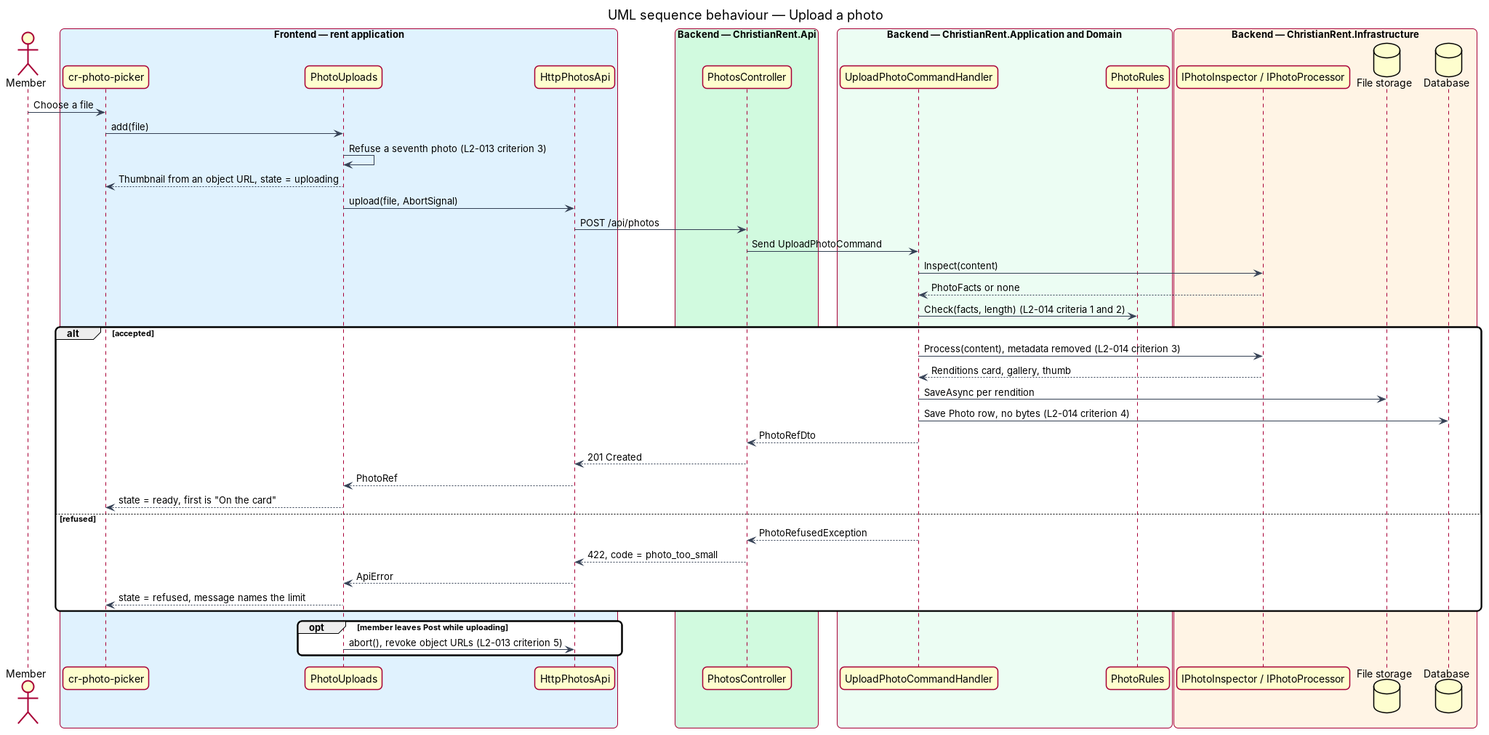
QuinntyneBrown/christian-rent keeps this PlantUML diagram as docs/detailed-designs/post/add-photos/diagrams/sequence-upload-photo.png. Above is the earlier version. Its source is kept beside it as docs/detailed-designs/post/add-photos/diagrams/sequence-upload-photo.puml. Its diagram source:
```plantuml
@startuml
title UML sequence behaviour — Upload a photo
skinparam backgroundColor #FFFFFF
skinparam shadowing false
skinparam roundcorner 12
skinparam defaultFontName Arial
skinparam ArrowColor #344054
skinparam rectangle {
  BorderColor #344054
  FontColor #101828
}
skinparam package {
  BorderColor #667085
  FontColor #101828
  BackgroundColor #F9FAFB
}
actor "Member" as actor
box "Frontend — rent application" #E0F2FE
  participant "cr-photo-picker" as picker
  participant "PhotoUploads" as uploads
  participant "HttpPhotosApi" as client
end box
box "Backend — ChristianRent.Api" #D1FADF
  participant "PhotosController" as ctrl
end box
box "Backend — ChristianRent.Application and Domain" #ECFDF3
  participant "UploadPhotoCommandHandler" as handler
  participant "PhotoRules" as rules
end box
box "Backend — ChristianRent.Infrastructure" #FFF4E5
  participant "IPhotoInspector / IPhotoProcessor" as insp
  database "File storage" as files
  database "Database" as db
end box
actor -> picker : Choose a file
picker -> uploads : add(file)
uploads -> uploads : Refuse a seventh photo (L2-013 criterion 3)
uploads --> picker : Thumbnail from an object URL, state = uploading
uploads -> client : upload(file, AbortSignal)
client -> ctrl : POST /api/photos
ctrl -> handler : Send UploadPhotoCommand
handler -> insp : Inspect(content)
insp --> handler : PhotoFacts or none
handler -> rules : Check(facts, length) (L2-014 criteria 1 and 2)
alt accepted
  handler -> insp : Process(content), metadata removed (L2-014 criterion 3)
  insp --> handler : Renditions card, gallery, thumb
  handler -> files : SaveAsync per rendition
  handler -> db : Save Photo row, no bytes (L2-014 criterion 4)
  handler --> ctrl : PhotoRefDto
  ctrl --> client : 201 Created
  client --> uploads : PhotoRef
  uploads --> picker : state = ready, first is "On the card"
else refused
  handler --> ctrl : PhotoRefusedException
  ctrl --> client : 422, code = photo_too_small
  client --> uploads : ApiError
  uploads --> picker : state = refused, message names the limit
end
opt member leaves Post while uploading
  uploads -> client : abort(), revoke object URLs (L2-013 criterion 5)
end
@enduml
```
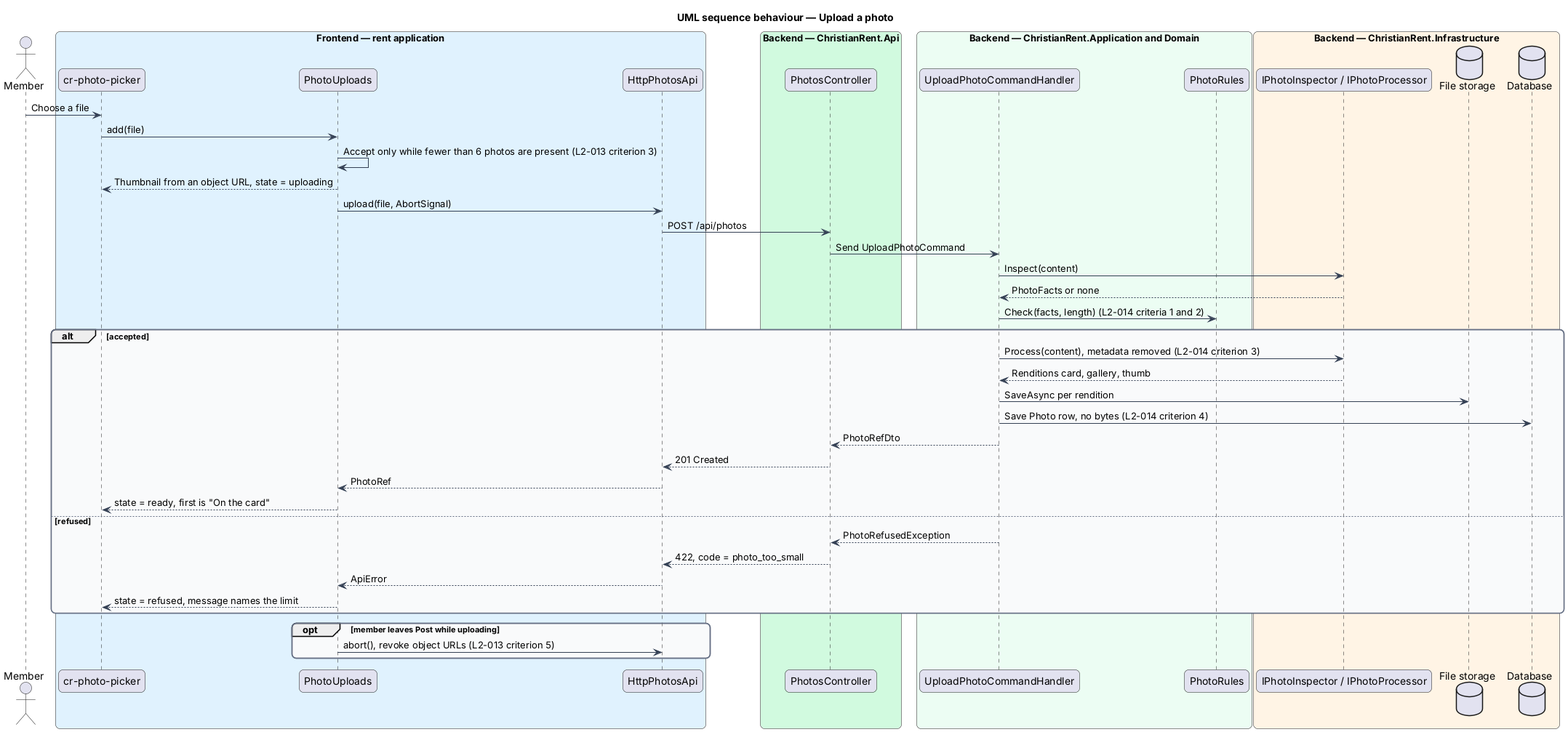
After the change.

Change to the diagram source:
```diff
@@ -34,7 +34,7 @@
 end box
 actor -> picker : Choose a file
 picker -> uploads : add(file)
-uploads -> uploads : Refuse a seventh photo (L2-013 criterion 3)
+uploads -> uploads : Accept only while fewer than 6 photos are present (L2-013 criterion 3)
 uploads --> picker : Thumbnail from an object URL, state = uploading
 uploads -> client : upload(file, AbortSignal)
 client -> ctrl : POST /api/photos
```
